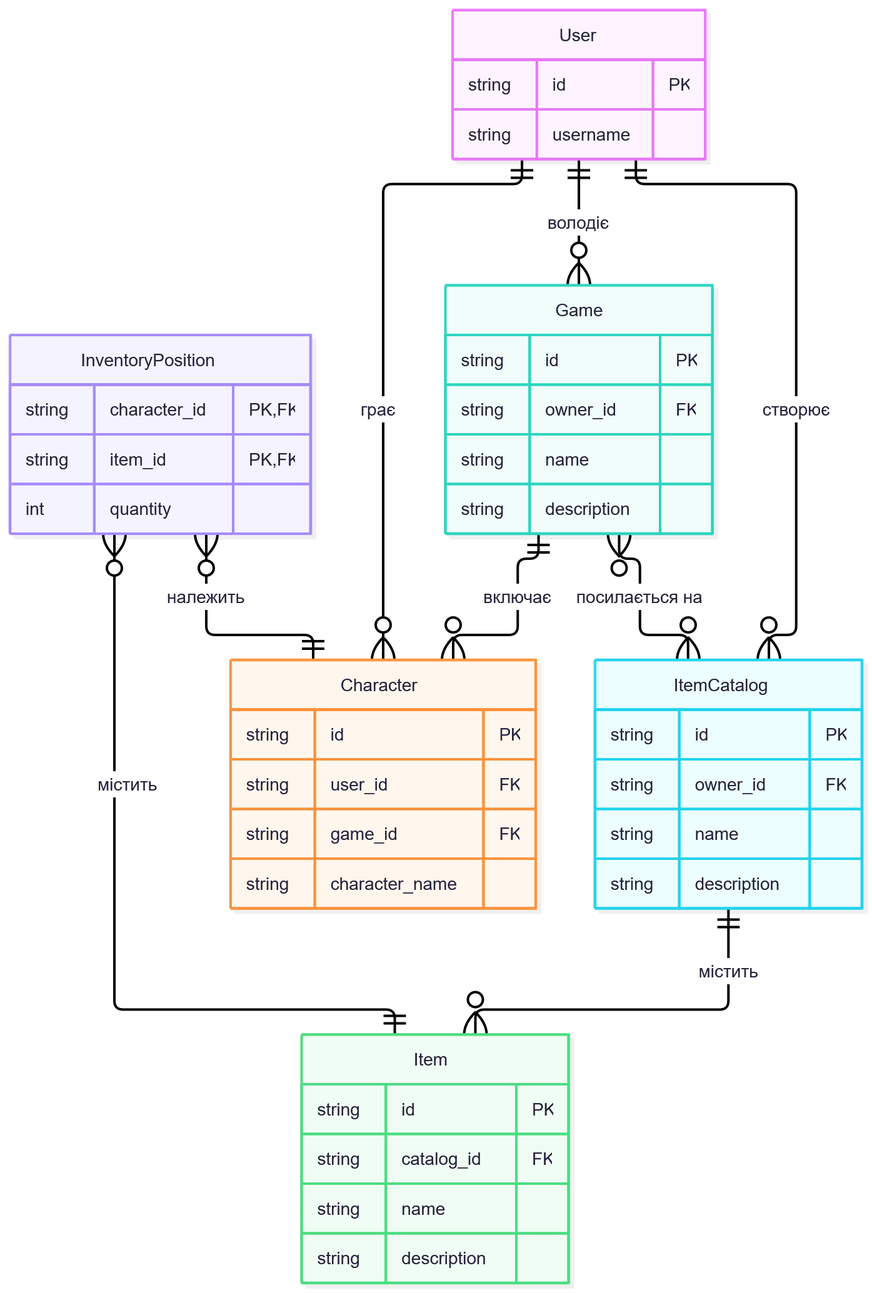
Before: 1/diagram.png, a diagram exported from Mermaid (RealRusLink/rm-labs). Its source is kept beside it as 1/diagram.mmd. Source of this version:
```mermaid
erDiagram
    User ||--o{ Game : "володіє"
    User ||--o{ Character : "грає"
    Game ||--o{ Character : "включає"
    Game }o--o{ ItemCatalog : "посилається на"
    ItemCatalog ||--o{ Item : "містить"
    User ||--o{ ItemCatalog : "створює"
    InventoryPosition }o--|| Item : "містить"
    InventoryPosition }o--|| Character : "належить"

    User {
        string id PK
        string username
    }

    Game {
        string id PK
        string owner_id FK
        string name
        string description
    }

    ItemCatalog {
        string id PK
        string owner_id FK
        string name
        string description
    }

    Item {
        string id PK
        string catalog_id FK
        string name
        string description
    }

    InventoryPosition {
        string character_id PK, FK
        string item_id PK, FK
        int quantity
    }

    Character {
        string id PK
        string user_id FK
        string game_id FK
        string character_name
    }
```
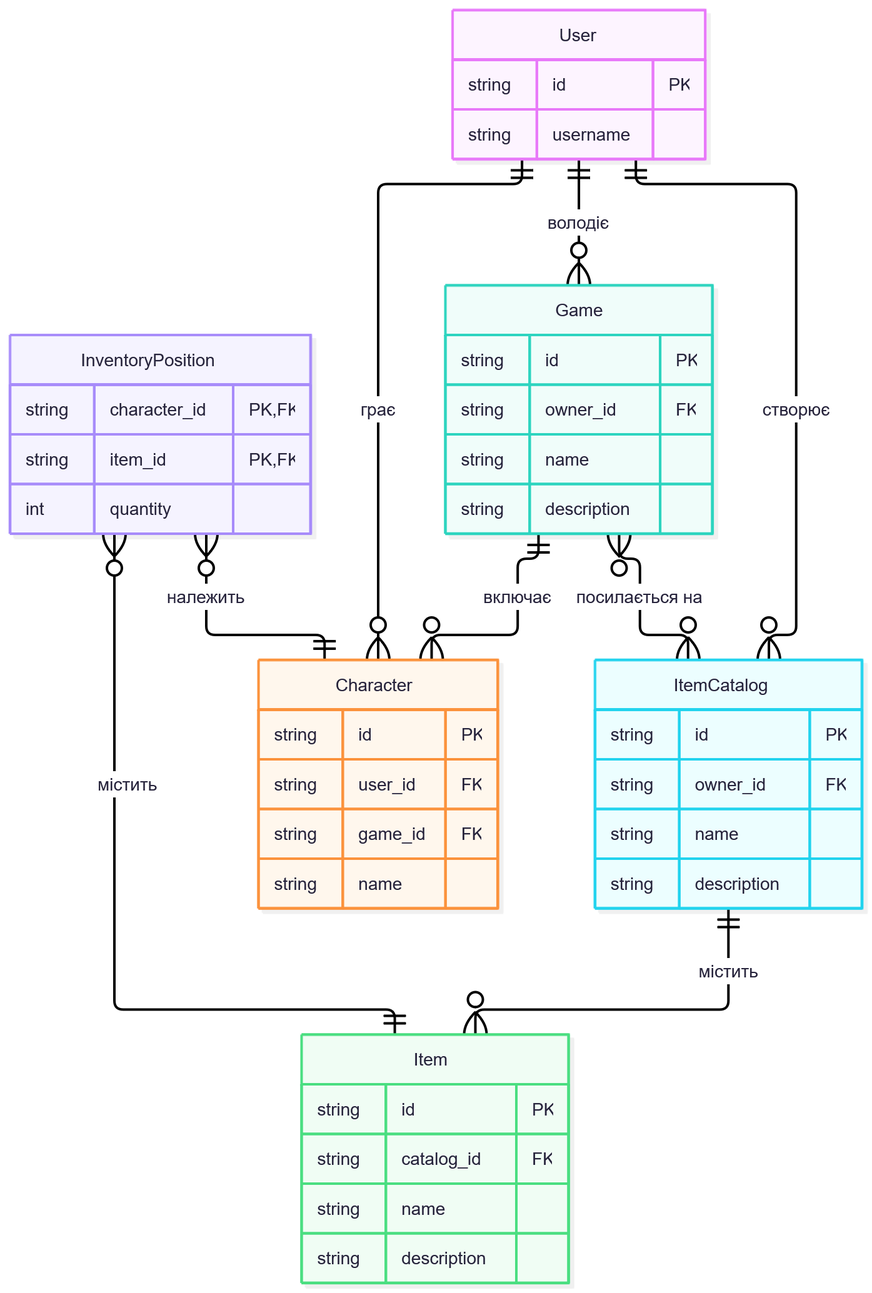
The same diagram one commit later.

Commit message:
fixed attribute name

The edit, as a diff of the source:
```diff
@@ -44,5 +44,5 @@
         string id PK
         string user_id FK
         string game_id FK
-        string character_name
+        string name
     }
```
